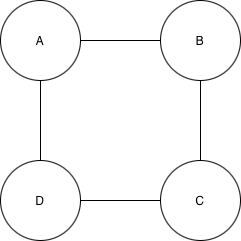
Before: Untitled Diagram.drawio.png, a diagram exported from draw.io (CodeNelFey/diagramms). Source tidied: cells renumbered, new cells last; positions are measured from the earlier drawing's top-left corner, leaving out a move shared by most shapes. The source it was exported from:
```xml
<mxGraphModel>
  <root>
    <mxCell id="0" />
    <mxCell id="1" parent="0" />
    <mxCell id="2" style="edgeStyle=orthogonalEdgeStyle;rounded=0;jettySize=auto;html=1;entryX=0;entryY=0.5;entryDx=0;entryDy=0;endArrow=none;endFill=0;" parent="1" edge="1" source="3" target="5">
      <mxGeometry relative="1" as="geometry" />
    </mxCell>
    <mxCell id="3" value="A" style="ellipse;whiteSpace=wrap;html=1;" parent="1" vertex="1">
      <mxGeometry width="80" height="80" as="geometry" />
    </mxCell>
    <mxCell id="4" style="edgeStyle=orthogonalEdgeStyle;rounded=0;jettySize=auto;html=1;entryX=0.5;entryY=0;entryDx=0;entryDy=0;endArrow=none;endFill=0;" parent="1" edge="1" source="5" target="9">
      <mxGeometry relative="1" as="geometry" />
    </mxCell>
    <mxCell id="5" value="B" style="ellipse;whiteSpace=wrap;html=1;" parent="1" vertex="1">
      <mxGeometry x="160" width="80" height="80" as="geometry" />
    </mxCell>
    <mxCell id="6" style="edgeStyle=orthogonalEdgeStyle;rounded=0;jettySize=auto;html=1;entryX=0.5;entryY=1;entryDx=0;entryDy=0;endArrow=none;endFill=0;" parent="1" edge="1" source="7" target="3">
      <mxGeometry relative="1" as="geometry" />
    </mxCell>
    <mxCell id="7" value="D" style="ellipse;whiteSpace=wrap;html=1;" parent="1" vertex="1">
      <mxGeometry y="160" width="80" height="80" as="geometry" />
    </mxCell>
    <mxCell id="8" style="edgeStyle=orthogonalEdgeStyle;rounded=0;jettySize=auto;html=1;entryX=1;entryY=0.5;entryDx=0;entryDy=0;endArrow=none;endFill=0;" parent="1" edge="1" source="9" target="7">
      <mxGeometry relative="1" as="geometry" />
    </mxCell>
    <mxCell id="9" value="C" style="ellipse;whiteSpace=wrap;html=1;" parent="1" vertex="1">
      <mxGeometry x="160" y="160" width="80" height="80" as="geometry" />
    </mxCell>
  </root>
</mxGraphModel>
```
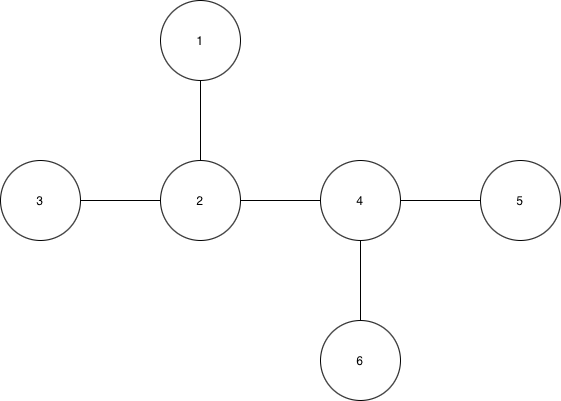
The same file after the commit.

Diff of the diagram source:
```diff
@@ -5,26 +5,35 @@
     <mxCell id="2" style="edgeStyle=orthogonalEdgeStyle;rounded=0;jettySize=auto;html=1;entryX=0;entryY=0.5;entryDx=0;entryDy=0;endArrow=none;endFill=0;" parent="1" edge="1" source="3" target="5">
       <mxGeometry relative="1" as="geometry" />
     </mxCell>
-    <mxCell id="3" value="A" style="ellipse;whiteSpace=wrap;html=1;" parent="1" vertex="1">
+    <mxCell id="3" value="3" style="ellipse;whiteSpace=wrap;html=1;" parent="1" vertex="1">
       <mxGeometry width="80" height="80" as="geometry" />
     </mxCell>
-    <mxCell id="4" style="edgeStyle=orthogonalEdgeStyle;rounded=0;jettySize=auto;html=1;entryX=0.5;entryY=0;entryDx=0;entryDy=0;endArrow=none;endFill=0;" parent="1" edge="1" source="5" target="9">
-      <mxGeometry relative="1" as="geometry" />
-    </mxCell>
+    <mxCell id="10" style="edgeStyle=orthogonalEdgeStyle;rounded=0;jettySize=auto;html=1;exitX=1;exitY=0.5;exitDx=0;exitDy=0;entryX=0;entryY=0.5;entryDx=0;entryDy=0;endArrow=none;endFill=0;" parent="1" edge="1" source="5" target="7">
+      <mxGeometry relative="1" as="geometry" />
+    </mxCell>
-    <mxCell id="5" value="B" style="ellipse;whiteSpace=wrap;html=1;" parent="1" vertex="1">
+    <mxCell id="5" value="2" style="ellipse;whiteSpace=wrap;html=1;" parent="1" vertex="1">
       <mxGeometry x="160" width="80" height="80" as="geometry" />
     </mxCell>
-    <mxCell id="6" style="edgeStyle=orthogonalEdgeStyle;rounded=0;jettySize=auto;html=1;entryX=0.5;entryY=1;entryDx=0;entryDy=0;endArrow=none;endFill=0;" parent="1" edge="1" source="7" target="3">
-      <mxGeometry relative="1" as="geometry" />
-    </mxCell>
+    <mxCell id="11" style="edgeStyle=orthogonalEdgeStyle;rounded=0;jettySize=auto;html=1;entryX=0;entryY=0.5;entryDx=0;entryDy=0;endArrow=none;endFill=0;" parent="1" edge="1" source="7" target="14">
+      <mxGeometry relative="1" as="geometry" />
+    </mxCell>
+    <mxCell id="12" style="edgeStyle=orthogonalEdgeStyle;rounded=0;jettySize=auto;html=1;exitX=0.5;exitY=1;exitDx=0;exitDy=0;endArrow=none;endFill=0;" parent="1" edge="1" source="7" target="15">
+      <mxGeometry relative="1" as="geometry" />
+    </mxCell>
-    <mxCell id="7" value="D" style="ellipse;whiteSpace=wrap;html=1;" parent="1" vertex="1">
-      <mxGeometry y="160" width="80" height="80" as="geometry" />
+    <mxCell id="7" value="4" style="ellipse;whiteSpace=wrap;html=1;" parent="1" vertex="1">
+      <mxGeometry x="320" width="80" height="80" as="geometry" />
     </mxCell>
-    <mxCell id="8" style="edgeStyle=orthogonalEdgeStyle;rounded=0;jettySize=auto;html=1;entryX=1;entryY=0.5;entryDx=0;entryDy=0;endArrow=none;endFill=0;" parent="1" edge="1" source="9" target="7">
-      <mxGeometry relative="1" as="geometry" />
-    </mxCell>
+    <mxCell id="13" style="edgeStyle=orthogonalEdgeStyle;rounded=0;jettySize=auto;html=1;exitX=0.5;exitY=1;exitDx=0;exitDy=0;entryX=0.5;entryY=0;entryDx=0;entryDy=0;endArrow=none;endFill=0;" parent="1" edge="1" source="9" target="5">
+      <mxGeometry relative="1" as="geometry" />
+    </mxCell>
-    <mxCell id="9" value="C" style="ellipse;whiteSpace=wrap;html=1;" parent="1" vertex="1">
-      <mxGeometry x="160" y="160" width="80" height="80" as="geometry" />
+    <mxCell id="9" value="1" style="ellipse;whiteSpace=wrap;html=1;" parent="1" vertex="1">
+      <mxGeometry x="160" y="-160" width="80" height="80" as="geometry" />
     </mxCell>
+    <mxCell id="14" value="5" style="ellipse;whiteSpace=wrap;html=1;" parent="1" vertex="1">
+      <mxGeometry x="480" width="80" height="80" as="geometry" />
+    </mxCell>
+    <mxCell id="15" value="6" style="ellipse;whiteSpace=wrap;html=1;" parent="1" vertex="1">
+      <mxGeometry x="320" y="160" width="80" height="80" as="geometry" />
+    </mxCell>
   </root>
 </mxGraphModel>
```
